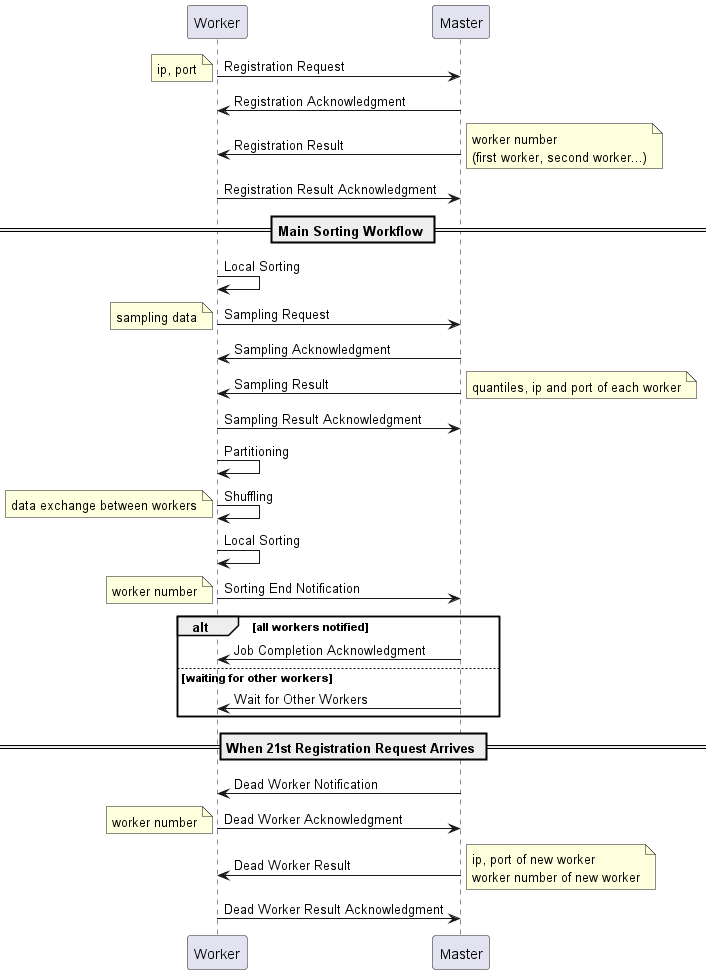
Before: doc/PC process/PC process.png, a diagram exported from PlantUML (ksw20020/332project). The source it was exported from:
```plantuml
@startuml

participant Worker
participant Master

Worker -> Master: Registration Request
note left
    ip, port
end note
Master -> Worker: Registration Acknowledgment
Master -> Worker: Registration Result
note right
    worker number
    (first worker, second worker...)
end note
Worker -> Master: Registration Result Acknowledgment

== Main Sorting Workflow ==
Worker -> Worker : Local Sorting

Worker -> Master: Sampling Request
note left
    sampling data
end note
Master -> Worker: Sampling Acknowledgment

Master -> Worker: Sampling Result
note right
    quantiles, ip and port of each worker
end note
Worker -> Master: Sampling Result Acknowledgment

Worker -> Worker : Partitioning
Worker -> Worker : Shuffling
note left
    data exchange between workers
end note
Worker -> Worker : Local Sorting
Worker -> Master: Sorting End Notification
note left
    worker number
end note
alt all workers notified
    Master -> Worker: Job Completion Acknowledgment
else waiting for other workers
    Master -> Worker: Wait for Other Workers
end alt


== When 21st Registration Request Arrives ==
Master -> Worker: Dead Worker Notification
Worker -> Master: Dead Worker Acknowledgment
note left
    worker number
end note
Master -> Worker: Dead Worker Result
note right
    ip, port of new worker
    worker number of new worker
end note
Worker -> Master: Dead Worker Result Acknowledgment
@enduml
```
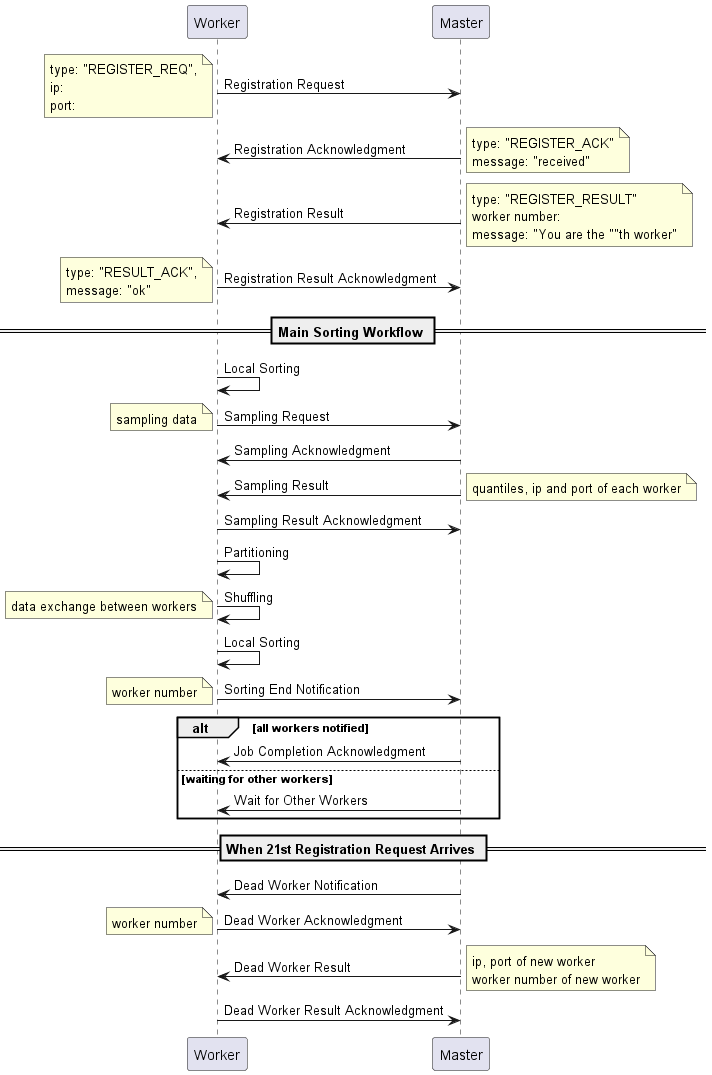
After the change.

Diff of the diagram source:
```diff
@@ -5,15 +5,26 @@
 
 Worker -> Master: Registration Request
 note left
-    ip, port
+    type: "REGISTER_REQ",
+    ip:
+    port:
 end note
 Master -> Worker: Registration Acknowledgment
+note right
+    type: "REGISTER_ACK"
+    message: "received"
+end note
 Master -> Worker: Registration Result
 note right
-    worker number
-    (first worker, second worker...)
+    type: "REGISTER_RESULT"
+    worker number:
+    message: "You are the ""th worker"
 end note
 Worker -> Master: Registration Result Acknowledgment
+note left
+    type: "RESULT_ACK",
+    message: "ok"
+end note
 
 == Main Sorting Workflow ==
 Worker -> Worker : Local Sorting
```
